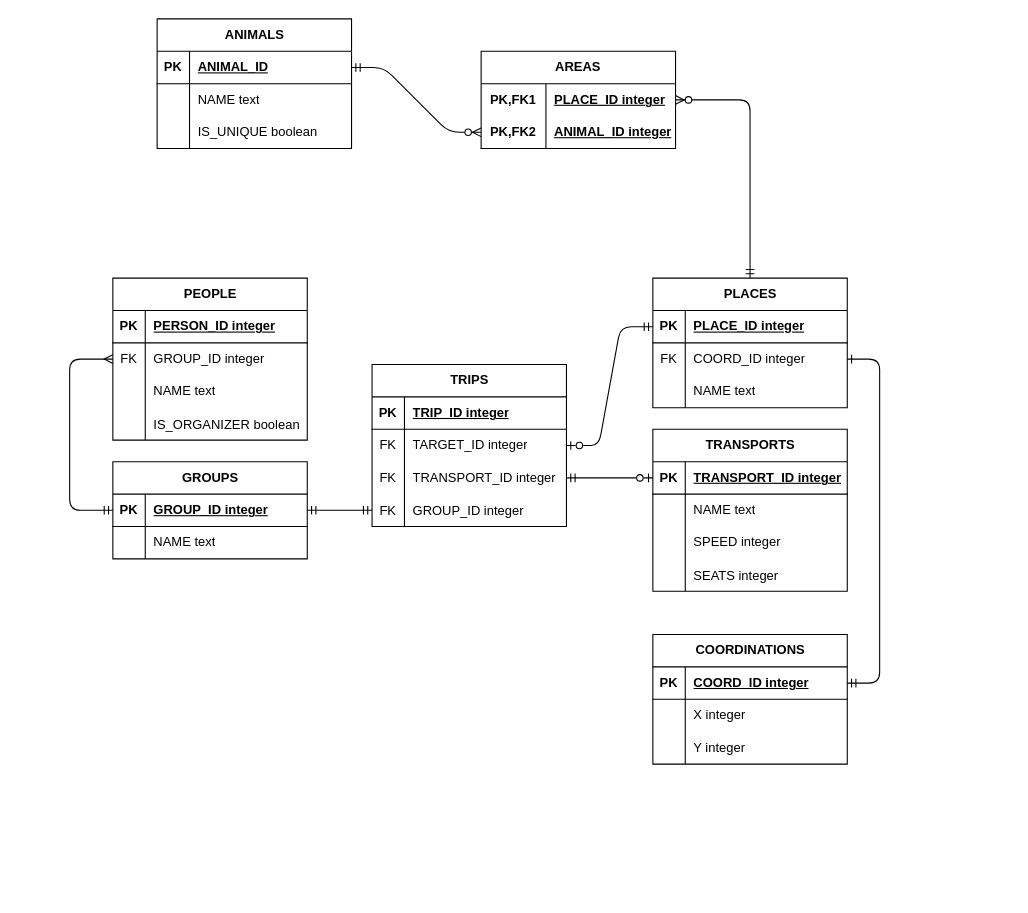
Above: page "DataModel" (2 of 2) of lab1/Диаграмма без названия.drawio in Xaabibas/Databases (draw.io), before the change. Source tidied: cells renumbered, new cells numbered last; positions are measured from the earlier drawing's top-left corner, leaving out a move shared by most shapes. Both pictures are drawn from the tidied source at 108%, with x=0, y=0 at pixel (69, 18).
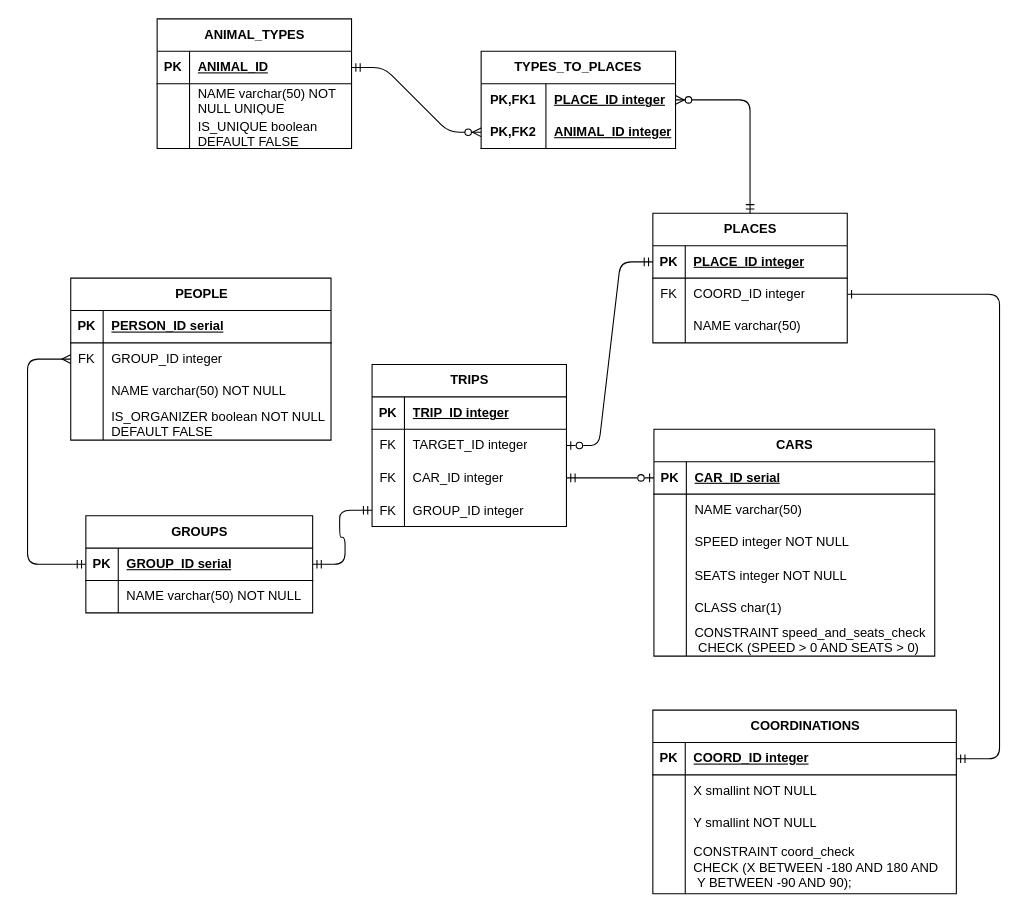
The same page after the edit.

The change refers to these unchanged cells:
```xml
<mxCell id="9" style="shape=tableRow;horizontal=0;startSize=0;swimlaneHead=0;swimlaneBody=0;fillColor=none;points=[[0,0.5],[1,0.5]];portConstraint=eastwest;top=0;left=0;right=0;bottom=0;" parent="2" vertex="1">
  <mxGeometry y="90" width="180" height="30" as="geometry" />
</mxCell>
<mxCell id="32" style="shape=tableRow;horizontal=0;startSize=0;swimlaneHead=0;swimlaneBody=0;fillColor=none;points=[[0,0.5],[1,0.5]];portConstraint=eastwest;top=0;left=0;right=0;bottom=0;" parent="28" vertex="1">
  <mxGeometry y="60" width="180" height="30" as="geometry" />
</mxCell>
<mxCell id="35" style="shape=tableRow;horizontal=0;startSize=0;swimlaneHead=0;swimlaneBody=0;fillColor=none;top=0;left=0;right=0;bottom=0;" parent="28" vertex="1">
  <mxGeometry y="90" width="180" height="30" as="geometry" />
</mxCell>
<mxCell id="72" style="shape=tableRow;horizontal=0;startSize=0;swimlaneHead=0;swimlaneBody=0;fillColor=none;top=0;left=0;right=0;bottom=0;" parent="68" vertex="1">
  <mxGeometry y="60" width="180" height="30" as="geometry" />
</mxCell>
<mxCell id="75" style="shape=tableRow;horizontal=0;startSize=0;swimlaneHead=0;swimlaneBody=0;fillColor=none;top=0;left=0;right=0;bottom=0;" parent="68" vertex="1">
  <mxGeometry y="90" width="180" height="30" as="geometry" />
</mxCell>
```

Diff of the diagram source:
```diff
@@
-    <mxCell id="11" value="TRANSPORT_ID integer" style="shape=partialRectangle;fillColor=none;top=0;left=0;bottom=0;right=0;align=left;spacingLeft=6;overflow=hidden;whiteSpace=wrap;html=1;" parent="9" vertex="1">
+    <mxCell id="11" value="CAR_ID integer" style="shape=partialRectangle;fillColor=none;top=0;left=0;bottom=0;right=0;align=left;spacingLeft=6;overflow=hidden;whiteSpace=wrap;html=1;" parent="9" vertex="1">
       <mxGeometry x="30" width="150" height="30" as="geometry" />
     </mxCell>
@@
-    <mxCell id="15" value="TRANSPORTS" style="shape=table;startSize=30;childLayout=tableLayout;rowLines=0;fontStyle=1;align=center;html=1;" parent="1" vertex="1">
-      <mxGeometry x="540" y="380" width="180" height="150" as="geometry" />
+    <mxCell id="15" value="CARS" style="shape=table;startSize=30;childLayout=tableLayout;rowLines=0;fontStyle=1;align=center;html=1;" parent="1" vertex="1">
+      <mxGeometry x="541" y="380" width="260" height="210" as="geometry" />
     </mxCell>
     <mxCell id="16" style="shape=tableRow;horizontal=0;startSize=0;swimlaneHead=0;swimlaneBody=0;fillColor=none;points=[[0,0.5],[1,0.5]];portConstraint=eastwest;top=0;left=0;right=0;bottom=1;" parent="15" vertex="1">
-      <mxGeometry y="30" width="180" height="30" as="geometry" />
+      <mxGeometry y="30" width="260" height="30" as="geometry" />
     </mxCell>
@@
-    <mxCell id="18" value="TRANSPORT_ID integer" style="shape=partialRectangle;fillColor=none;top=0;left=0;bottom=0;right=0;align=left;spacingLeft=6;fontStyle=5;overflow=hidden;whiteSpace=wrap;html=1;" parent="16" vertex="1">
-      <mxGeometry x="30" width="150" height="30" as="geometry" />
+    <mxCell id="18" value="CAR_ID serial" style="shape=partialRectangle;fillColor=none;top=0;left=0;bottom=0;right=0;align=left;spacingLeft=6;fontStyle=5;overflow=hidden;whiteSpace=wrap;html=1;" parent="16" vertex="1">
+      <mxGeometry x="30" width="230" height="30" as="geometry" />
     </mxCell>
     <mxCell id="19" style="shape=tableRow;horizontal=0;startSize=0;swimlaneHead=0;swimlaneBody=0;fillColor=none;top=0;left=0;right=0;bottom=0;" parent="15" vertex="1">
-      <mxGeometry y="60" width="180" height="30" as="geometry" />
+      <mxGeometry y="60" width="260" height="30" as="geometry" />
     </mxCell>
@@
-    <mxCell id="21" value="NAME text" style="shape=partialRectangle;fillColor=none;top=0;left=0;bottom=0;right=0;align=left;spacingLeft=6;overflow=hidden;whiteSpace=wrap;html=1;" parent="19" vertex="1">
-      <mxGeometry x="30" width="150" height="30" as="geometry" />
+    <mxCell id="21" value="NAME varchar(50)" style="shape=partialRectangle;fillColor=none;top=0;left=0;bottom=0;right=0;align=left;spacingLeft=6;overflow=hidden;whiteSpace=wrap;html=1;" parent="19" vertex="1">
+      <mxGeometry x="30" width="230" height="30" as="geometry" />
     </mxCell>
     <mxCell id="22" style="shape=tableRow;horizontal=0;startSize=0;swimlaneHead=0;swimlaneBody=0;fillColor=none;top=0;left=0;right=0;bottom=0;" parent="15" vertex="1">
-      <mxGeometry y="90" width="180" height="30" as="geometry" />
+      <mxGeometry y="90" width="260" height="30" as="geometry" />
     </mxCell>
@@
-    <mxCell id="24" value="SPEED integer" style="shape=partialRectangle;fillColor=none;top=0;left=0;bottom=0;right=0;align=left;spacingLeft=6;overflow=hidden;whiteSpace=wrap;html=1;" parent="22" vertex="1">
-      <mxGeometry x="30" width="150" height="30" as="geometry" />
+    <mxCell id="24" value="SPEED integer NOT NULL" style="shape=partialRectangle;fillColor=none;top=0;left=0;bottom=0;right=0;align=left;spacingLeft=6;overflow=hidden;whiteSpace=wrap;html=1;" parent="22" vertex="1">
+      <mxGeometry x="30" width="230" height="30" as="geometry" />
     </mxCell>
     <mxCell id="25" style="shape=tableRow;horizontal=0;startSize=0;swimlaneHead=0;swimlaneBody=0;fillColor=none;top=0;left=0;right=0;bottom=0;" parent="15" vertex="1">
-      <mxGeometry y="120" width="180" height="30" as="geometry" />
+      <mxGeometry y="120" width="260" height="30" as="geometry" />
     </mxCell>
@@
-    <mxCell id="27" value="SEATS integer" style="shape=partialRectangle;fillColor=none;top=0;left=0;bottom=0;right=0;align=left;spacingLeft=6;overflow=hidden;" parent="25" vertex="1">
-      <mxGeometry x="30" width="150" height="30" as="geometry" />
+    <mxCell id="27" value="SEATS integer NOT NULL " style="shape=partialRectangle;fillColor=none;top=0;left=0;bottom=0;right=0;align=left;spacingLeft=6;overflow=hidden;" parent="25" vertex="1">
+      <mxGeometry x="30" width="230" height="30" as="geometry" />
     </mxCell>
+    <mxCell id="92" style="shape=tableRow;horizontal=0;startSize=0;swimlaneHead=0;swimlaneBody=0;fillColor=none;top=0;left=0;right=0;bottom=0;" parent="15" vertex="1">
+      <mxGeometry y="150" width="260" height="30" as="geometry" />
+    </mxCell>
+    <mxCell id="93" style="shape=partialRectangle;fillColor=none;top=0;left=0;bottom=0;right=0;overflow=hidden;" parent="92" vertex="1">
+      <mxGeometry width="30" height="30" as="geometry" />
+    </mxCell>
+    <mxCell id="94" value="CLASS char(1)" style="shape=partialRectangle;fillColor=none;top=0;left=0;bottom=0;right=0;align=left;spacingLeft=6;overflow=hidden;" parent="92" vertex="1">
+      <mxGeometry x="30" width="230" height="30" as="geometry" />
+    </mxCell>
+    <mxCell id="95" style="shape=tableRow;horizontal=0;startSize=0;swimlaneHead=0;swimlaneBody=0;fillColor=none;top=0;left=0;right=0;bottom=0;" parent="15" vertex="1">
+      <mxGeometry y="180" width="260" height="30" as="geometry" />
+    </mxCell>
+    <mxCell id="96" style="shape=partialRectangle;fillColor=none;top=0;left=0;bottom=0;right=0;overflow=hidden;" parent="95" vertex="1">
+      <mxGeometry width="30" height="30" as="geometry" />
+    </mxCell>
+    <mxCell id="97" value="CONSTRAINT speed_and_seats_check&#10; CHECK (SPEED &gt; 0 AND SEATS &gt; 0)" style="shape=partialRectangle;fillColor=none;top=0;left=0;bottom=0;right=0;align=left;spacingLeft=6;overflow=hidden;fontFamily=Helvetica;" parent="95" vertex="1">
+      <mxGeometry x="30" width="230" height="30" as="geometry" />
+    </mxCell>
     <mxCell id="28" value="PLACES" style="shape=table;startSize=30;childLayout=tableLayout;rowLines=0;fontStyle=1;align=center;html=1;" parent="1" vertex="1">
-      <mxGeometry x="540" y="240" width="180" height="120" as="geometry" />
+      <mxGeometry x="540" y="180" width="180" height="120" as="geometry" />
     </mxCell>
@@
-    <mxCell id="37" value="NAME text" style="shape=partialRectangle;fillColor=none;top=0;left=0;bottom=0;right=0;align=left;spacingLeft=6;overflow=hidden;whiteSpace=wrap;html=1;" parent="35" vertex="1">
+    <mxCell id="37" value="NAME varchar(50)" style="shape=partialRectangle;fillColor=none;top=0;left=0;bottom=0;right=0;align=left;spacingLeft=6;overflow=hidden;whiteSpace=wrap;html=1;" parent="35" vertex="1">
       <mxGeometry x="30" width="150" height="30" as="geometry" />
     </mxCell>
     <mxCell id="38" value="COORDINATIONS" style="shape=table;startSize=30;childLayout=tableLayout;rowLines=0;fontStyle=1;align=center;html=1;" parent="1" vertex="1">
-      <mxGeometry x="540" y="570" width="180" height="120" as="geometry" />
+      <mxGeometry x="540" y="640" width="281" height="170" as="geometry" />
     </mxCell>
     <mxCell id="39" style="shape=tableRow;horizontal=0;startSize=0;swimlaneHead=0;swimlaneBody=0;fillColor=none;points=[[0,0.5],[1,0.5]];portConstraint=eastwest;top=0;left=0;right=0;bottom=1;" parent="38" vertex="1">
-      <mxGeometry y="30" width="180" height="30" as="geometry" />
+      <mxGeometry y="30" width="281" height="30" as="geometry" />
     </mxCell>
@@
     <mxCell id="41" value="COORD_ID integer" style="shape=partialRectangle;fillColor=none;top=0;left=0;bottom=0;right=0;align=left;spacingLeft=6;fontStyle=5;overflow=hidden;whiteSpace=wrap;html=1;" parent="39" vertex="1">
-      <mxGeometry x="30" width="150" height="30" as="geometry" />
+      <mxGeometry x="30" width="251" height="30" as="geometry" />
     </mxCell>
     <mxCell id="42" style="shape=tableRow;horizontal=0;startSize=0;swimlaneHead=0;swimlaneBody=0;fillColor=none;top=0;left=0;right=0;bottom=0;" parent="38" vertex="1">
-      <mxGeometry y="60" width="180" height="30" as="geometry" />
+      <mxGeometry y="60" width="281" height="30" as="geometry" />
     </mxCell>
@@
-    <mxCell id="44" value="X integer" style="shape=partialRectangle;fillColor=none;top=0;left=0;bottom=0;right=0;align=left;spacingLeft=6;overflow=hidden;whiteSpace=wrap;html=1;" parent="42" vertex="1">
-      <mxGeometry x="30" width="150" height="30" as="geometry" />
+    <mxCell id="44" value="X smallint NOT NULL" style="shape=partialRectangle;fillColor=none;top=0;left=0;bottom=0;right=0;align=left;spacingLeft=6;overflow=hidden;whiteSpace=wrap;html=1;" parent="42" vertex="1">
+      <mxGeometry x="30" width="251" height="30" as="geometry" />
     </mxCell>
     <mxCell id="45" style="shape=tableRow;horizontal=0;startSize=0;swimlaneHead=0;swimlaneBody=0;fillColor=none;top=0;left=0;right=0;bottom=0;" parent="38" vertex="1">
-      <mxGeometry y="90" width="180" height="30" as="geometry" />
+      <mxGeometry y="90" width="281" height="30" as="geometry" />
     </mxCell>
@@
-    <mxCell id="47" value="Y integer" style="shape=partialRectangle;fillColor=none;top=0;left=0;bottom=0;right=0;align=left;spacingLeft=6;overflow=hidden;whiteSpace=wrap;html=1;" parent="45" vertex="1">
-      <mxGeometry x="30" width="150" height="30" as="geometry" />
+    <mxCell id="47" value="Y smallint NOT NULL" style="shape=partialRectangle;fillColor=none;top=0;left=0;bottom=0;right=0;align=left;spacingLeft=6;overflow=hidden;whiteSpace=wrap;html=1;" parent="45" vertex="1">
+      <mxGeometry x="30" width="251" height="30" as="geometry" />
     </mxCell>
+    <mxCell id="98" style="shape=tableRow;horizontal=0;startSize=0;swimlaneHead=0;swimlaneBody=0;fillColor=none;top=0;left=0;right=0;bottom=0;" parent="38" vertex="1">
+      <mxGeometry y="120" width="281" height="50" as="geometry" />
+    </mxCell>
+    <mxCell id="99" style="shape=partialRectangle;fillColor=none;top=0;left=0;bottom=0;right=0;overflow=hidden;" parent="98" vertex="1">
+      <mxGeometry width="30" height="50" as="geometry" />
+    </mxCell>
+    <mxCell id="100" value="CONSTRAINT coord_check &#10;CHECK (X BETWEEN -180 AND 180 AND&#10; Y BETWEEN -90 AND 90);" style="shape=partialRectangle;fillColor=none;top=0;left=0;bottom=0;right=0;align=left;spacingLeft=6;overflow=hidden;fontFamily=Helvetica;" parent="98" vertex="1">
+      <mxGeometry x="30" width="251" height="50" as="geometry" />
+    </mxCell>
     <mxCell id="48" value="PEOPLE" style="shape=table;startSize=30;childLayout=tableLayout;rowLines=0;fontStyle=1;align=center;html=1;" parent="1" vertex="1">
-      <mxGeometry x="40" y="240" width="180" height="150" as="geometry" />
+      <mxGeometry x="1" y="240" width="241" height="150" as="geometry" />
     </mxCell>
     <mxCell id="49" style="shape=tableRow;horizontal=0;startSize=0;swimlaneHead=0;swimlaneBody=0;fillColor=none;top=0;left=0;right=0;bottom=1;" parent="48" vertex="1">
-      <mxGeometry y="30" width="180" height="30" as="geometry" />
+      <mxGeometry y="30" width="241" height="30" as="geometry" />
     </mxCell>
@@
-    <mxCell id="51" value="PERSON_ID integer" style="shape=partialRectangle;fillColor=none;top=0;left=0;bottom=0;right=0;align=left;spacingLeft=6;fontStyle=5;overflow=hidden;whiteSpace=wrap;html=1;" parent="49" vertex="1">
-      <mxGeometry x="30" width="150" height="30" as="geometry" />
+    <mxCell id="51" value="PERSON_ID serial" style="shape=partialRectangle;fillColor=none;top=0;left=0;bottom=0;right=0;align=left;spacingLeft=6;fontStyle=5;overflow=hidden;whiteSpace=wrap;html=1;" parent="49" vertex="1">
+      <mxGeometry x="30" width="211" height="30" as="geometry" />
     </mxCell>
     <mxCell id="52" style="shape=tableRow;horizontal=0;startSize=0;swimlaneHead=0;swimlaneBody=0;fillColor=none;points=[[0,0.5],[1,0.5]];portConstraint=eastwest;top=0;left=0;right=0;bottom=0;" parent="48" vertex="1">
-      <mxGeometry y="60" width="180" height="30" as="geometry" />
+      <mxGeometry y="60" width="241" height="30" as="geometry" />
     </mxCell>
@@
     <mxCell id="54" value="GROUP_ID integer" style="shape=partialRectangle;fillColor=none;top=0;left=0;bottom=0;right=0;align=left;spacingLeft=6;overflow=hidden;whiteSpace=wrap;html=1;" parent="52" vertex="1">
-      <mxGeometry x="30" width="150" height="30" as="geometry" />
+      <mxGeometry x="30" width="211" height="30" as="geometry" />
     </mxCell>
     <mxCell id="55" style="shape=tableRow;horizontal=0;startSize=0;swimlaneHead=0;swimlaneBody=0;fillColor=none;top=0;left=0;right=0;bottom=0;" parent="48" vertex="1">
-      <mxGeometry y="90" width="180" height="30" as="geometry" />
+      <mxGeometry y="90" width="241" height="30" as="geometry" />
     </mxCell>
@@
-    <mxCell id="57" value="NAME text" style="shape=partialRectangle;fillColor=none;top=0;left=0;bottom=0;right=0;align=left;spacingLeft=6;overflow=hidden;whiteSpace=wrap;html=1;" parent="55" vertex="1">
-      <mxGeometry x="30" width="150" height="30" as="geometry" />
+    <mxCell id="57" value="NAME varchar(50) NOT NULL" style="shape=partialRectangle;fillColor=none;top=0;left=0;bottom=0;right=0;align=left;spacingLeft=6;overflow=hidden;whiteSpace=wrap;html=1;" parent="55" vertex="1">
+      <mxGeometry x="30" width="211" height="30" as="geometry" />
     </mxCell>
     <mxCell id="58" style="shape=tableRow;horizontal=0;startSize=0;swimlaneHead=0;swimlaneBody=0;fillColor=none;top=0;left=0;right=0;bottom=0;" parent="48" vertex="1">
-      <mxGeometry y="120" width="180" height="30" as="geometry" />
+      <mxGeometry y="120" width="241" height="30" as="geometry" />
     </mxCell>
@@
-    <mxCell id="60" value="IS_ORGANIZER boolean" style="shape=partialRectangle;fillColor=none;top=0;left=0;bottom=0;right=0;align=left;spacingLeft=6;overflow=hidden;" parent="58" vertex="1">
-      <mxGeometry x="30" width="150" height="30" as="geometry" />
+    <mxCell id="60" value="IS_ORGANIZER boolean NOT NULL &#10;DEFAULT FALSE" style="shape=partialRectangle;fillColor=none;top=0;left=0;bottom=0;right=0;align=left;spacingLeft=6;overflow=hidden;" parent="58" vertex="1">
+      <mxGeometry x="30" width="211" height="30" as="geometry" />
     </mxCell>
     <mxCell id="61" value="GROUPS" style="shape=table;startSize=30;childLayout=tableLayout;rowLines=0;fontStyle=1;align=center;html=1;" parent="1" vertex="1">
-      <mxGeometry x="40" y="410" width="180" height="90" as="geometry" />
+      <mxGeometry x="15" y="460" width="210" height="90" as="geometry" />
     </mxCell>
     <mxCell id="62" style="shape=tableRow;horizontal=0;startSize=0;swimlaneHead=0;swimlaneBody=0;fillColor=none;points=[[0,0.5],[1,0.5]];portConstraint=eastwest;top=0;left=0;right=0;bottom=1;" parent="61" vertex="1">
-      <mxGeometry y="30" width="180" height="30" as="geometry" />
+      <mxGeometry y="30" width="210" height="30" as="geometry" />
     </mxCell>
@@
-    <mxCell id="64" value="GROUP_ID integer" style="shape=partialRectangle;fillColor=none;top=0;left=0;bottom=0;right=0;align=left;spacingLeft=6;fontStyle=5;overflow=hidden;whiteSpace=wrap;html=1;" parent="62" vertex="1">
-      <mxGeometry x="30" width="150" height="30" as="geometry" />
+    <mxCell id="64" value="GROUP_ID serial" style="shape=partialRectangle;fillColor=none;top=0;left=0;bottom=0;right=0;align=left;spacingLeft=6;fontStyle=5;overflow=hidden;whiteSpace=wrap;html=1;" parent="62" vertex="1">
+      <mxGeometry x="30" width="180" height="30" as="geometry" />
     </mxCell>
     <mxCell id="65" style="shape=tableRow;horizontal=0;startSize=0;swimlaneHead=0;swimlaneBody=0;fillColor=none;top=0;left=0;right=0;bottom=0;" parent="61" vertex="1">
-      <mxGeometry y="60" width="180" height="30" as="geometry" />
+      <mxGeometry y="60" width="210" height="30" as="geometry" />
     </mxCell>
@@
-    <mxCell id="67" value="NAME text" style="shape=partialRectangle;fillColor=none;top=0;left=0;bottom=0;right=0;align=left;spacingLeft=6;overflow=hidden;whiteSpace=wrap;html=1;" parent="65" vertex="1">
-      <mxGeometry x="30" width="150" height="30" as="geometry" />
+    <mxCell id="67" value="NAME varchar(50) NOT NULL" style="shape=partialRectangle;fillColor=none;top=0;left=0;bottom=0;right=0;align=left;spacingLeft=6;overflow=hidden;whiteSpace=wrap;html=1;" parent="65" vertex="1">
+      <mxGeometry x="30" width="180" height="30" as="geometry" />
     </mxCell>
-    <mxCell id="68" value="ANIMALS" style="shape=table;startSize=30;childLayout=tableLayout;rowLines=0;fontStyle=1;align=center;html=1;" parent="1" vertex="1">
+    <mxCell id="68" value="ANIMAL_TYPES" style="shape=table;startSize=30;childLayout=tableLayout;rowLines=0;fontStyle=1;align=center;html=1;" parent="1" vertex="1">
       <mxGeometry x="81" width="180" height="120" as="geometry" />
     </mxCell>
@@
-    <mxCell id="74" value="NAME text" style="shape=partialRectangle;fillColor=none;top=0;left=0;bottom=0;right=0;align=left;spacingLeft=6;overflow=hidden;whiteSpace=wrap;html=1;" parent="72" vertex="1">
+    <mxCell id="74" value="NAME varchar(50) NOT NULL UNIQUE" style="shape=partialRectangle;fillColor=none;top=0;left=0;bottom=0;right=0;align=left;spacingLeft=6;overflow=hidden;whiteSpace=wrap;html=1;" parent="72" vertex="1">
       <mxGeometry x="30" width="150" height="30" as="geometry" />
     </mxCell>
@@
-    <mxCell id="77" value="IS_UNIQUE boolean" style="shape=partialRectangle;fillColor=none;top=0;left=0;bottom=0;right=0;align=left;spacingLeft=6;overflow=hidden;whiteSpace=wrap;html=1;" parent="75" vertex="1">
+    <mxCell id="77" value="IS_UNIQUE boolean DEFAULT FALSE" style="shape=partialRectangle;fillColor=none;top=0;left=0;bottom=0;right=0;align=left;spacingLeft=6;overflow=hidden;whiteSpace=wrap;html=1;" parent="75" vertex="1">
       <mxGeometry x="30" width="150" height="30" as="geometry" />
     </mxCell>
-    <mxCell id="78" value="AREAS" style="shape=table;startSize=30;childLayout=tableLayout;rowLines=0;fontStyle=1;align=center;html=1;whiteSpace=wrap;" parent="1" vertex="1">
+    <mxCell id="78" value="TYPES_TO_PLACES" style="shape=table;startSize=30;childLayout=tableLayout;rowLines=0;fontStyle=1;align=center;html=1;whiteSpace=wrap;" parent="1" vertex="1">
       <mxGeometry x="381" y="30" width="180" height="90" as="geometry" />
     </mxCell>
@@
-    <mxCell id="87" style="edgeStyle=entityRelationEdgeStyle;fontSize=12;html=1;endArrow=ERmandOne;rounded=1;exitX=1;exitY=0.5;exitDx=0;exitDy=0;entryX=1;entryY=0.5;entryDx=0;entryDy=0;curved=0;startArrow=ERone;startFill=0;" parent="1" edge="1" source="32" target="39">
-      <mxGeometry relative="1" as="geometry" />
+    <mxCell id="87" style="edgeStyle=elbowEdgeStyle;fontSize=12;html=1;endArrow=ERmandOne;rounded=1;exitX=1;exitY=0.5;exitDx=0;exitDy=0;entryX=1;entryY=0.5;entryDx=0;entryDy=0;startArrow=ERone;startFill=0;" parent="1" edge="1" source="32" target="39">
+      <mxGeometry relative="1" as="geometry">
+        <Array as="points">
+          <mxPoint x="861" y="470" />
+        </Array>
+      </mxGeometry>
     </mxCell>
@@
     <mxCell id="91" style="fontSize=12;html=1;endArrow=ERmany;endFill=0;rounded=1;entryX=0;entryY=0.5;entryDx=0;entryDy=0;exitX=0;exitY=0.5;exitDx=0;exitDy=0;edgeStyle=elbowEdgeStyle;curved=0;startArrow=ERmandOne;startFill=0;" parent="1" edge="1" source="62" target="52">
       <mxGeometry relative="1" as="geometry">
         <Array as="points">
-          <mxPoint y="390" />
+          <mxPoint x="-39" y="410" />
         </Array>
       </mxGeometry>
     </mxCell>
```
